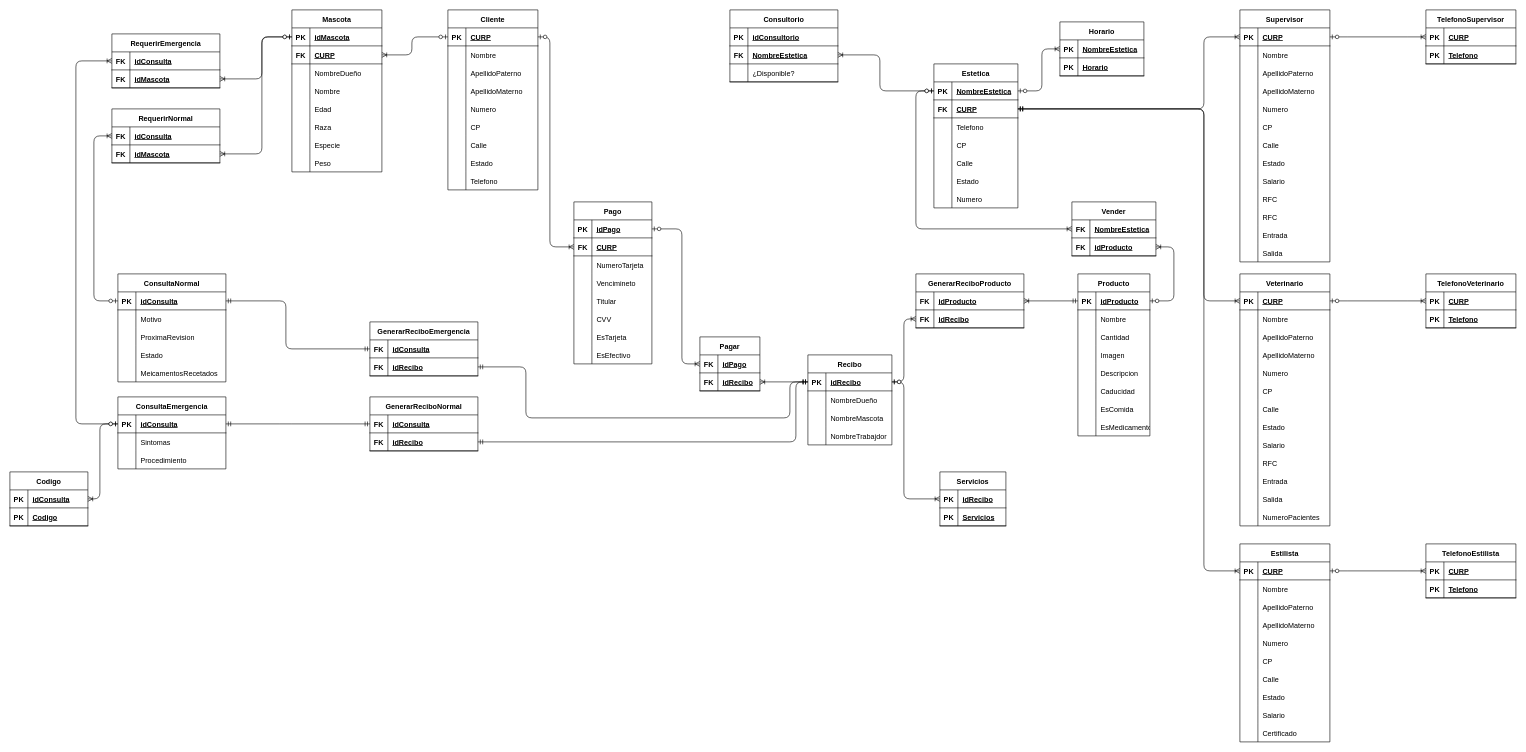
DavidHdezU/FundamentosBasesDeDatosPracticas keeps this draw.io diagram as Practica05_DVDSJ/Diagramas/RelacionalDVDSJ.drawio. Above is the earlier version. Source tidied: cells renumbered, new cells numbered last; positions are measured from the earlier drawing's top-left corner, leaving out a move shared by most shapes. Both pictures are drawn from the tidied source at 60%, with x=0, y=0 at pixel (10, 10).
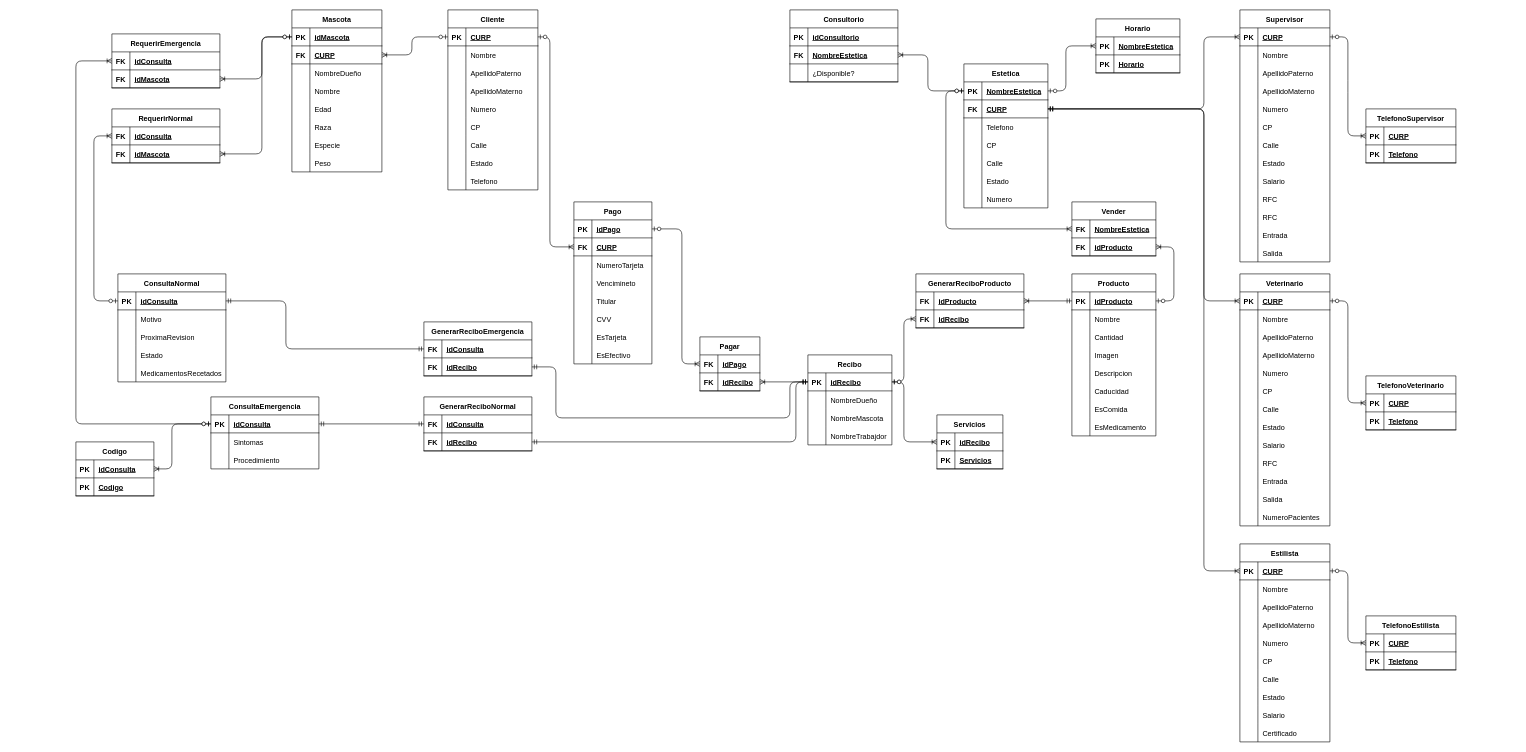
The same page after the edit.

Commit message (it also covers changes not shown here):
Diagrama relacional v2

Unchanged cells that the change refers to:
```xml
<mxCell id="31" style="shape=partialRectangle;fillColor=none;points=[[0,0.5],[1,0.5]];portConstraint=eastwest;top=0;left=0;right=0;bottom=1;" parent="30" vertex="1">
  <mxGeometry y="30" width="150" height="30" as="geometry" />
</mxCell>
<mxCell id="71" style="shape=tableRow;horizontal=0;startSize=0;swimlaneHead=0;swimlaneBody=0;fillColor=none;points=[[0,0.5],[1,0.5]];portConstraint=eastwest;top=0;left=0;right=0;bottom=1;" parent="70" vertex="1">
  <mxGeometry y="30" width="150" height="30" as="geometry" />
</mxCell>
<mxCell id="79" style="shape=partialRectangle;fillColor=none;points=[[0,0.5],[1,0.5]];portConstraint=eastwest;top=0;left=0;right=0;bottom=1;" parent="78" vertex="1">
  <mxGeometry y="30" width="150" height="30" as="geometry" />
</mxCell>
<mxCell id="119" style="shape=tableRow;horizontal=0;startSize=0;swimlaneHead=0;swimlaneBody=0;fillColor=none;points=[[0,0.5],[1,0.5]];portConstraint=eastwest;top=0;left=0;right=0;bottom=1;" parent="118" vertex="1">
  <mxGeometry y="30" width="150" height="30" as="geometry" />
</mxCell>
<mxCell id="127" style="shape=tableRow;horizontal=0;startSize=0;swimlaneHead=0;swimlaneBody=0;fillColor=none;points=[[0,0.5],[1,0.5]];portConstraint=eastwest;top=0;left=0;right=0;bottom=1;" parent="126" vertex="1">
  <mxGeometry y="30" width="140" height="30" as="geometry" />
</mxCell>
<mxCell id="149" style="shape=tableRow;horizontal=0;startSize=0;swimlaneHead=0;swimlaneBody=0;fillColor=none;points=[[0,0.5],[1,0.5]];portConstraint=eastwest;top=0;left=0;right=0;bottom=1;" parent="148" vertex="1">
  <mxGeometry y="30" width="140" height="30" as="geometry" />
</mxCell>
<mxCell id="192" style="shape=tableRow;horizontal=0;startSize=0;swimlaneHead=0;swimlaneBody=0;fillColor=none;points=[[0,0.5],[1,0.5]];portConstraint=eastwest;top=0;left=0;right=0;bottom=1;" parent="191" vertex="1">
  <mxGeometry y="30" width="140" height="30" as="geometry" />
</mxCell>
<mxCell id="206" style="shape=tableRow;horizontal=0;startSize=0;swimlaneHead=0;swimlaneBody=0;fillColor=none;points=[[0,0.5],[1,0.5]];portConstraint=eastwest;top=0;left=0;right=0;bottom=1;" parent="205" vertex="1">
  <mxGeometry y="30" width="110" height="30" as="geometry" />
</mxCell>
<mxCell id="287" style="shape=tableRow;horizontal=0;startSize=0;swimlaneHead=0;swimlaneBody=0;fillColor=none;top=0;left=0;right=0;bottom=0;" parent="274" vertex="1">
  <mxGeometry y="150" width="180" height="30" as="geometry" />
</mxCell>
<mxCell id="291" style="shape=tableRow;horizontal=0;startSize=0;swimlaneHead=0;swimlaneBody=0;fillColor=none;points=[[0,0.5],[1,0.5]];portConstraint=eastwest;top=0;left=0;right=0;bottom=1;" parent="290" vertex="1">
  <mxGeometry y="30" width="180" height="30" as="geometry" />
</mxCell>
<mxCell id="301" style="shape=tableRow;horizontal=0;startSize=0;swimlaneHead=0;swimlaneBody=0;fillColor=none;points=[[0,0.5],[1,0.5]];portConstraint=eastwest;top=0;left=0;right=0;bottom=1;" parent="300" vertex="1">
  <mxGeometry y="30" width="130" height="30" as="geometry" />
</mxCell>
<mxCell id="311" style="shape=tableRow;horizontal=0;startSize=0;swimlaneHead=0;swimlaneBody=0;fillColor=none;points=[[0,0.5],[1,0.5]];portConstraint=eastwest;top=0;left=0;right=0;bottom=1;" parent="310" vertex="1">
  <mxGeometry y="30" width="180" height="30" as="geometry" />
</mxCell>
<mxCell id="321" style="shape=tableRow;horizontal=0;startSize=0;swimlaneHead=0;swimlaneBody=0;fillColor=none;points=[[0,0.5],[1,0.5]];portConstraint=eastwest;top=0;left=0;right=0;bottom=1;" parent="317" vertex="1">
  <mxGeometry y="60" width="180" height="30" as="geometry" />
</mxCell>
<mxCell id="345" style="shape=tableRow;horizontal=0;startSize=0;swimlaneHead=0;swimlaneBody=0;fillColor=none;points=[[0,0.5],[1,0.5]];portConstraint=eastwest;top=0;left=0;right=0;bottom=1;" parent="344" vertex="1">
  <mxGeometry y="30" width="140" height="30" as="geometry" />
</mxCell>
<mxCell id="354" style="shape=partialRectangle;fillColor=none;points=[[0,0.5],[1,0.5]];portConstraint=eastwest;top=0;left=0;right=0;bottom=1;" parent="353" vertex="1">
  <mxGeometry y="30" width="150" height="30" as="geometry" />
</mxCell>
<mxCell id="385" style="shape=tableRow;horizontal=0;startSize=0;swimlaneHead=0;swimlaneBody=0;fillColor=none;points=[[0,0.5],[1,0.5]];portConstraint=eastwest;top=0;left=0;right=0;bottom=1;" parent="384" vertex="1">
  <mxGeometry y="30" width="150" height="30" as="geometry" />
</mxCell>
<mxCell id="397" style="shape=tableRow;horizontal=0;startSize=0;swimlaneHead=0;swimlaneBody=0;fillColor=none;points=[[0,0.5],[1,0.5]];portConstraint=eastwest;top=0;left=0;right=0;bottom=1;" parent="393" vertex="1">
  <mxGeometry y="60" width="180" height="30" as="geometry" />
</mxCell>
```

What changed in the source:
```diff
@@
     <mxCell id="70" value="TelefonoSupervisor" style="shape=table;startSize=30;childLayout=tableLayout;rowLines=0;fontStyle=1;align=center;" parent="1" vertex="1">
-      <mxGeometry x="2360" width="150" height="90" as="geometry" />
+      <mxGeometry x="2260" y="165" width="150" height="90" as="geometry" />
     </mxCell>
@@
-    <mxCell id="77" style="edgeStyle=entityRelationEdgeStyle;fontSize=12;html=1;endArrow=ERoneToMany;startArrow=ERzeroToOne;rounded=0;entryX=0;entryY=0.5;entryDx=0;entryDy=0;exitX=1;exitY=0.5;exitDx=0;exitDy=0;" parent="1" edge="1" source="31" target="71">
+    <mxCell id="77" style="edgeStyle=entityRelationEdgeStyle;fontSize=12;html=1;endArrow=ERoneToMany;startArrow=ERzeroToOne;rounded=1;entryX=0;entryY=0.5;entryDx=0;entryDy=0;exitX=1;exitY=0.5;exitDx=0;exitDy=0;" parent="1" edge="1" source="31" target="71">
       <mxGeometry relative="1" as="geometry" />
     </mxCell>
@@
     <mxCell id="118" value="TelefonoVeterinario" style="shape=table;startSize=30;childLayout=tableLayout;rowLines=0;fontStyle=1;align=center;" parent="1" vertex="1">
-      <mxGeometry x="2360" y="440" width="150" height="90" as="geometry" />
+      <mxGeometry x="2260" y="610" width="150" height="90" as="geometry" />
     </mxCell>
@@
-    <mxCell id="125" style="edgeStyle=entityRelationEdgeStyle;fontSize=12;html=1;endArrow=ERoneToMany;startArrow=ERzeroToOne;rounded=0;entryX=0;entryY=0.5;entryDx=0;entryDy=0;exitX=1;exitY=0.5;exitDx=0;exitDy=0;" parent="1" edge="1" source="79" target="119">
+    <mxCell id="125" style="edgeStyle=entityRelationEdgeStyle;fontSize=12;html=1;endArrow=ERoneToMany;startArrow=ERzeroToOne;rounded=1;entryX=0;entryY=0.5;entryDx=0;entryDy=0;exitX=1;exitY=0.5;exitDx=0;exitDy=0;" parent="1" edge="1" source="79" target="119">
       <mxGeometry relative="1" as="geometry" />
     </mxCell>
     <mxCell id="126" value="Estetica" style="shape=table;startSize=30;childLayout=tableLayout;rowLines=0;fontStyle=1;align=center;" parent="1" vertex="1">
-      <mxGeometry x="1540" y="90" width="140" height="240" as="geometry" />
+      <mxGeometry x="1590" y="90" width="140" height="240" as="geometry" />
     </mxCell>
@@
     <mxCell id="148" value="Horario" style="shape=table;startSize=30;childLayout=tableLayout;rowLines=0;fontStyle=1;align=center;" parent="1" vertex="1">
-      <mxGeometry x="1750" y="20" width="140" height="90" as="geometry" />
+      <mxGeometry x="1810" y="15" width="140" height="90" as="geometry" />
     </mxCell>
@@
     <mxCell id="155" style="fontSize=12;html=1;endArrow=ERoneToMany;startArrow=ERzeroToOne;rounded=1;entryX=0;entryY=0.5;entryDx=0;entryDy=0;exitX=1;exitY=0.5;exitDx=0;exitDy=0;" parent="1" edge="1" source="127" target="149">
       <mxGeometry relative="1" as="geometry">
         <Array as="points">
-          <mxPoint x="1720" y="135" />
-          <mxPoint x="1720" y="65" />
+          <mxPoint x="1760" y="135" />
+          <mxPoint x="1760" y="60" />
         </Array>
       </mxGeometry>
     </mxCell>
@@
     <mxCell id="158" value="Producto" style="shape=table;startSize=30;childLayout=tableLayout;rowLines=0;fontStyle=1;align=center;" parent="1" vertex="1">
-      <mxGeometry x="1780" y="440" width="120" height="270" as="geometry" />
+      <mxGeometry x="1770" y="440" width="140" height="270" as="geometry" />
     </mxCell>
     <mxCell id="159" style="shape=tableRow;horizontal=0;startSize=0;swimlaneHead=0;swimlaneBody=0;fillColor=none;points=[[0,0.5],[1,0.5]];portConstraint=eastwest;top=0;left=0;right=0;bottom=1;" parent="158" vertex="1">
-      <mxGeometry y="30" width="120" height="30" as="geometry" />
+      <mxGeometry y="30" width="140" height="30" as="geometry" />
     </mxCell>
@@
     <mxCell id="161" value="idProducto" style="shape=partialRectangle;fillColor=none;top=0;left=0;bottom=0;right=0;align=left;spacingLeft=6;fontStyle=5;overflow=hidden;" parent="159" vertex="1">
-      <mxGeometry x="30" width="90" height="30" as="geometry" />
+      <mxGeometry x="30" width="110" height="30" as="geometry" />
     </mxCell>
     <mxCell id="162" style="shape=tableRow;horizontal=0;startSize=0;swimlaneHead=0;swimlaneBody=0;fillColor=none;top=0;left=0;right=0;bottom=0;" parent="158" vertex="1">
-      <mxGeometry y="60" width="120" height="30" as="geometry" />
+      <mxGeometry y="60" width="140" height="30" as="geometry" />
     </mxCell>
@@
     <mxCell id="164" value="Nombre" style="shape=partialRectangle;fillColor=none;top=0;left=0;bottom=0;right=0;align=left;spacingLeft=6;overflow=hidden;" parent="162" vertex="1">
-      <mxGeometry x="30" width="90" height="30" as="geometry" />
+      <mxGeometry x="30" width="110" height="30" as="geometry" />
     </mxCell>
     <mxCell id="165" style="shape=tableRow;horizontal=0;startSize=0;swimlaneHead=0;swimlaneBody=0;fillColor=none;top=0;left=0;right=0;bottom=0;" parent="158" vertex="1">
-      <mxGeometry y="90" width="120" height="30" as="geometry" />
+      <mxGeometry y="90" width="140" height="30" as="geometry" />
     </mxCell>
@@
     <mxCell id="167" value="Cantidad" style="shape=partialRectangle;fillColor=none;top=0;left=0;bottom=0;right=0;align=left;spacingLeft=6;overflow=hidden;" parent="165" vertex="1">
-      <mxGeometry x="30" width="90" height="30" as="geometry" />
+      <mxGeometry x="30" width="110" height="30" as="geometry" />
     </mxCell>
     <mxCell id="168" style="shape=tableRow;horizontal=0;startSize=0;swimlaneHead=0;swimlaneBody=0;fillColor=none;top=0;left=0;right=0;bottom=0;" parent="158" vertex="1">
-      <mxGeometry y="120" width="120" height="30" as="geometry" />
+      <mxGeometry y="120" width="140" height="30" as="geometry" />
     </mxCell>
@@
     <mxCell id="170" value="Imagen" style="shape=partialRectangle;fillColor=none;top=0;left=0;bottom=0;right=0;align=left;spacingLeft=6;overflow=hidden;" parent="168" vertex="1">
-      <mxGeometry x="30" width="90" height="30" as="geometry" />
+      <mxGeometry x="30" width="110" height="30" as="geometry" />
     </mxCell>
     <mxCell id="171" style="shape=tableRow;horizontal=0;startSize=0;swimlaneHead=0;swimlaneBody=0;fillColor=none;top=0;left=0;right=0;bottom=0;" parent="158" vertex="1">
-      <mxGeometry y="150" width="120" height="30" as="geometry" />
+      <mxGeometry y="150" width="140" height="30" as="geometry" />
     </mxCell>
@@
     <mxCell id="173" value="Descripcion" style="shape=partialRectangle;fillColor=none;top=0;left=0;bottom=0;right=0;align=left;spacingLeft=6;overflow=hidden;" parent="171" vertex="1">
-      <mxGeometry x="30" width="90" height="30" as="geometry" />
+      <mxGeometry x="30" width="110" height="30" as="geometry" />
     </mxCell>
     <mxCell id="174" style="shape=tableRow;horizontal=0;startSize=0;swimlaneHead=0;swimlaneBody=0;fillColor=none;top=0;left=0;right=0;bottom=0;" parent="158" vertex="1">
-      <mxGeometry y="180" width="120" height="30" as="geometry" />
+      <mxGeometry y="180" width="140" height="30" as="geometry" />
     </mxCell>
@@
     <mxCell id="176" value="Caducidad" style="shape=partialRectangle;fillColor=none;top=0;left=0;bottom=0;right=0;align=left;spacingLeft=6;overflow=hidden;" parent="174" vertex="1">
-      <mxGeometry x="30" width="90" height="30" as="geometry" />
+      <mxGeometry x="30" width="110" height="30" as="geometry" />
     </mxCell>
     <mxCell id="177" style="shape=tableRow;horizontal=0;startSize=0;swimlaneHead=0;swimlaneBody=0;fillColor=none;top=0;left=0;right=0;bottom=0;" parent="158" vertex="1">
-      <mxGeometry y="210" width="120" height="30" as="geometry" />
+      <mxGeometry y="210" width="140" height="30" as="geometry" />
     </mxCell>
@@
     <mxCell id="179" value="EsComida" style="shape=partialRectangle;fillColor=none;top=0;left=0;bottom=0;right=0;align=left;spacingLeft=6;overflow=hidden;" parent="177" vertex="1">
-      <mxGeometry x="30" width="90" height="30" as="geometry" />
+      <mxGeometry x="30" width="110" height="30" as="geometry" />
     </mxCell>
     <mxCell id="180" style="shape=tableRow;horizontal=0;startSize=0;swimlaneHead=0;swimlaneBody=0;fillColor=none;top=0;left=0;right=0;bottom=0;" parent="158" vertex="1">
-      <mxGeometry y="240" width="120" height="30" as="geometry" />
+      <mxGeometry y="240" width="140" height="30" as="geometry" />
     </mxCell>
@@
     <mxCell id="182" value="EsMedicamento" style="shape=partialRectangle;fillColor=none;top=0;left=0;bottom=0;right=0;align=left;spacingLeft=6;overflow=hidden;" parent="180" vertex="1">
-      <mxGeometry x="30" width="90" height="30" as="geometry" />
+      <mxGeometry x="30" width="110" height="30" as="geometry" />
     </mxCell>
@@
     <mxCell id="205" value="Servicios" style="shape=table;startSize=30;childLayout=tableLayout;rowLines=0;fontStyle=1;align=center;" parent="1" vertex="1">
-      <mxGeometry x="1550" y="770" width="110" height="90" as="geometry" />
+      <mxGeometry x="1545" y="675" width="110" height="90" as="geometry" />
     </mxCell>
@@
     <mxCell id="212" style="fontSize=12;html=1;endArrow=ERoneToMany;startArrow=ERzeroToOne;rounded=1;entryX=0;entryY=0.5;entryDx=0;entryDy=0;exitX=1;exitY=0.5;exitDx=0;exitDy=0;" parent="1" edge="1" source="192" target="206">
       <mxGeometry relative="1" as="geometry">
         <Array as="points">
           <mxPoint x="1490" y="620" />
-          <mxPoint x="1490" y="815" />
+          <mxPoint x="1490" y="720" />
         </Array>
       </mxGeometry>
     </mxCell>
@@
-    <mxCell id="289" value="MeicamentosRecetados" style="shape=partialRectangle;fillColor=none;top=0;left=0;bottom=0;right=0;align=left;spacingLeft=6;overflow=hidden;" parent="287" vertex="1">
+    <mxCell id="289" value="MedicamentosRecetados" style="shape=partialRectangle;fillColor=none;top=0;left=0;bottom=0;right=0;align=left;spacingLeft=6;overflow=hidden;" parent="287" vertex="1">
       <mxGeometry x="30" width="150" height="30" as="geometry" />
     </mxCell>
     <mxCell id="290" value="ConsultaEmergencia" style="shape=table;startSize=30;childLayout=tableLayout;rowLines=0;fontStyle=1;align=center;" parent="1" vertex="1">
-      <mxGeometry x="180" y="645" width="180" height="120" as="geometry" />
+      <mxGeometry x="335" y="645" width="180" height="120" as="geometry" />
     </mxCell>
@@
     <mxCell id="300" value="Codigo" style="shape=table;startSize=30;childLayout=tableLayout;rowLines=0;fontStyle=1;align=center;" parent="1" vertex="1">
-      <mxGeometry y="770" width="130" height="90" as="geometry" />
+      <mxGeometry x="110" y="720" width="130" height="90" as="geometry" />
     </mxCell>
@@
     <mxCell id="307" style="fontSize=12;html=1;endArrow=ERoneToMany;startArrow=ERzeroToOne;rounded=1;entryX=1;entryY=0.5;entryDx=0;entryDy=0;exitX=0;exitY=0.5;exitDx=0;exitDy=0;" parent="1" edge="1" source="291" target="301">
       <mxGeometry relative="1" as="geometry">
         <Array as="points">
-          <mxPoint x="150" y="690" />
-          <mxPoint x="150" y="815" />
+          <mxPoint x="270" y="690" />
+          <mxPoint x="270" y="765" />
         </Array>
       </mxGeometry>
     </mxCell>
@@
     <mxCell id="309" style="fontSize=12;html=1;endArrow=ERmandOne;startArrow=ERmandOne;rounded=1;entryX=1;entryY=0.5;entryDx=0;entryDy=0;startFill=0;exitX=0;exitY=0.5;exitDx=0;exitDy=0;endFill=0;" parent="1" edge="1" source="311" target="291">
-      <mxGeometry relative="1" as="geometry">
-        <Array as="points">
-          <mxPoint x="460" y="690" />
-        </Array>
-      </mxGeometry>
+      <mxGeometry relative="1" as="geometry" />
     </mxCell>
     <mxCell id="310" value="GenerarReciboNormal" style="shape=table;startSize=30;childLayout=tableLayout;rowLines=0;fontStyle=1;align=center;" parent="1" vertex="1">
-      <mxGeometry x="600" y="645" width="180" height="90" as="geometry" />
+      <mxGeometry x="690" y="645" width="180" height="90" as="geometry" />
     </mxCell>
@@
     <mxCell id="317" value="GenerarReciboEmergencia" style="shape=table;startSize=30;childLayout=tableLayout;rowLines=0;fontStyle=1;align=center;" parent="1" vertex="1">
-      <mxGeometry x="600" y="520" width="180" height="90" as="geometry" />
+      <mxGeometry x="690" y="520" width="180" height="90" as="geometry" />
     </mxCell>
@@
     <mxCell id="325" style="fontSize=12;html=1;endArrow=ERmandOne;startArrow=ERmandOne;rounded=1;entryX=1;entryY=0.5;entryDx=0;entryDy=0;startFill=0;exitX=0;exitY=0.5;exitDx=0;exitDy=0;endFill=0;" parent="1" edge="1" source="192" target="321">
       <mxGeometry relative="1" as="geometry">
         <Array as="points">
           <mxPoint x="1300" y="620" />
           <mxPoint x="1300" y="680" />
-          <mxPoint x="860" y="680" />
-          <mxPoint x="860" y="595" />
+          <mxPoint x="910" y="680" />
+          <mxPoint x="910" y="595" />
         </Array>
       </mxGeometry>
     </mxCell>
@@
     <mxCell id="351" style="fontSize=12;html=1;endArrow=ERoneToMany;startArrow=ERzeroToOne;rounded=1;entryX=0;entryY=0.5;entryDx=0;entryDy=0;exitX=0;exitY=0.5;exitDx=0;exitDy=0;" parent="1" edge="1" source="127" target="345">
       <mxGeometry relative="1" as="geometry">
         <Array as="points">
-          <mxPoint x="1510" y="135" />
-          <mxPoint x="1510" y="365" />
+          <mxPoint x="1560" y="135" />
+          <mxPoint x="1560" y="365" />
         </Array>
       </mxGeometry>
     </mxCell>
@@
     <mxCell id="384" value="TelefonoEstilista" style="shape=table;startSize=30;childLayout=tableLayout;rowLines=0;fontStyle=1;align=center;" parent="1" vertex="1">
-      <mxGeometry x="2360" y="890" width="150" height="90" as="geometry" />
+      <mxGeometry x="2260" y="1010" width="150" height="90" as="geometry" />
     </mxCell>
@@
-    <mxCell id="391" style="edgeStyle=entityRelationEdgeStyle;fontSize=12;html=1;endArrow=ERoneToMany;startArrow=ERzeroToOne;rounded=0;entryX=0;entryY=0.5;entryDx=0;entryDy=0;exitX=1;exitY=0.5;exitDx=0;exitDy=0;" parent="1" edge="1" source="354" target="385">
+    <mxCell id="391" style="edgeStyle=entityRelationEdgeStyle;fontSize=12;html=1;endArrow=ERoneToMany;startArrow=ERzeroToOne;rounded=1;entryX=0;entryY=0.5;entryDx=0;entryDy=0;exitX=1;exitY=0.5;exitDx=0;exitDy=0;" parent="1" edge="1" source="354" target="385">
       <mxGeometry relative="1" as="geometry" />
     </mxCell>
@@
     <mxCell id="393" value="Consultorio" style="shape=table;startSize=30;childLayout=tableLayout;rowLines=0;fontStyle=1;align=center;" parent="1" vertex="1">
-      <mxGeometry x="1200" width="180" height="120" as="geometry" />
+      <mxGeometry x="1300" width="180" height="120" as="geometry" />
     </mxCell>
@@
     <mxCell id="403" style="fontSize=12;html=1;endArrow=ERoneToMany;startArrow=ERzeroToOne;rounded=1;entryX=1;entryY=0.5;entryDx=0;entryDy=0;exitX=0;exitY=0.5;exitDx=0;exitDy=0;" parent="1" edge="1" source="127" target="397">
       <mxGeometry relative="1" as="geometry">
         <Array as="points">
-          <mxPoint x="1450" y="135" />
-          <mxPoint x="1450" y="75" />
+          <mxPoint x="1530" y="135" />
+          <mxPoint x="1530" y="75" />
         </Array>
       </mxGeometry>
     </mxCell>
```
